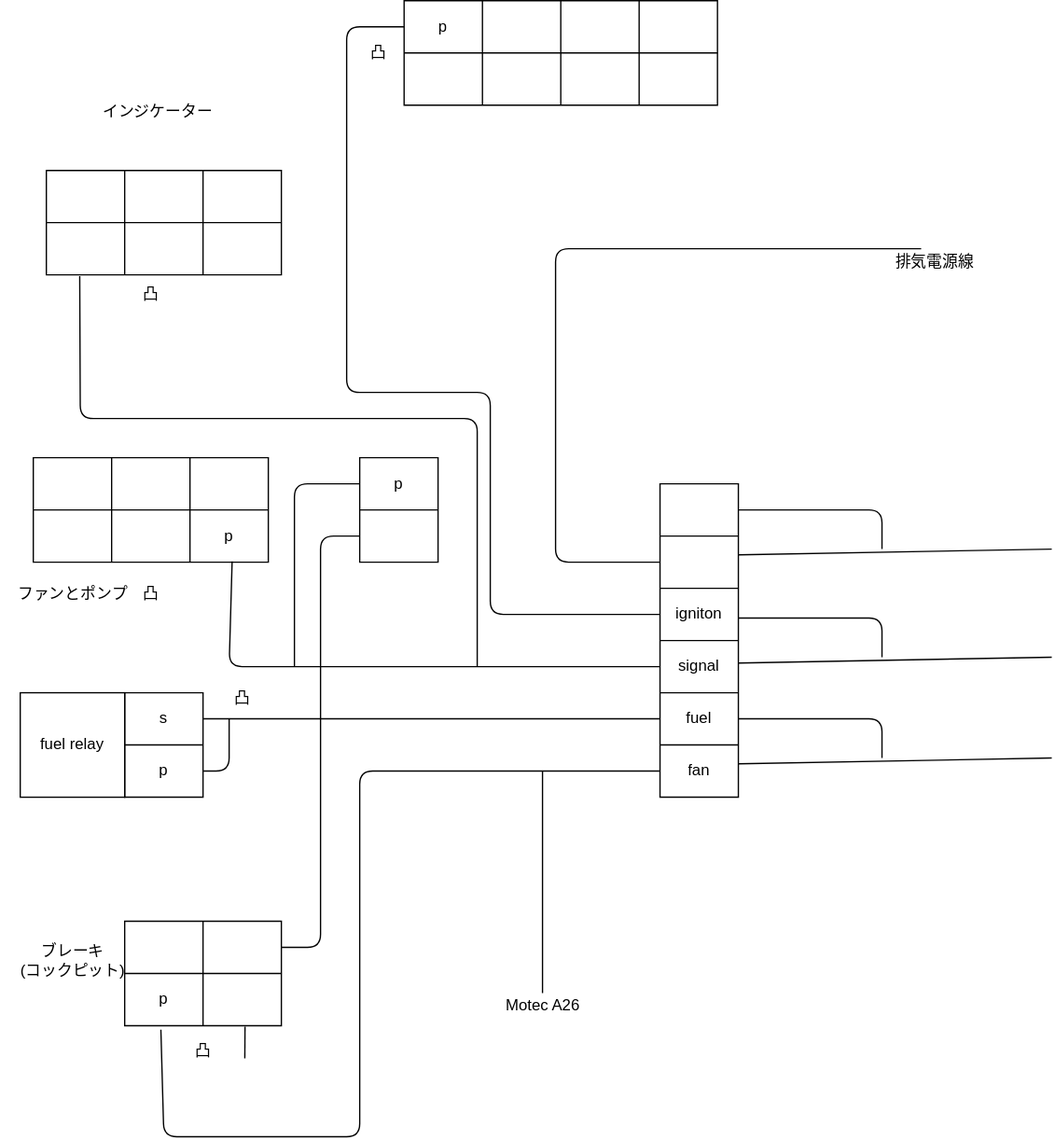
Before: pinCheck/mainWireHarness/fuseBox.drawio.svg, a diagram exported from draw.io (nextfp/WiringDiagram). Source tidied: cells renumbered, new cells last; positions are measured from the earlier drawing's top-left corner, leaving out a move shared by most shapes.
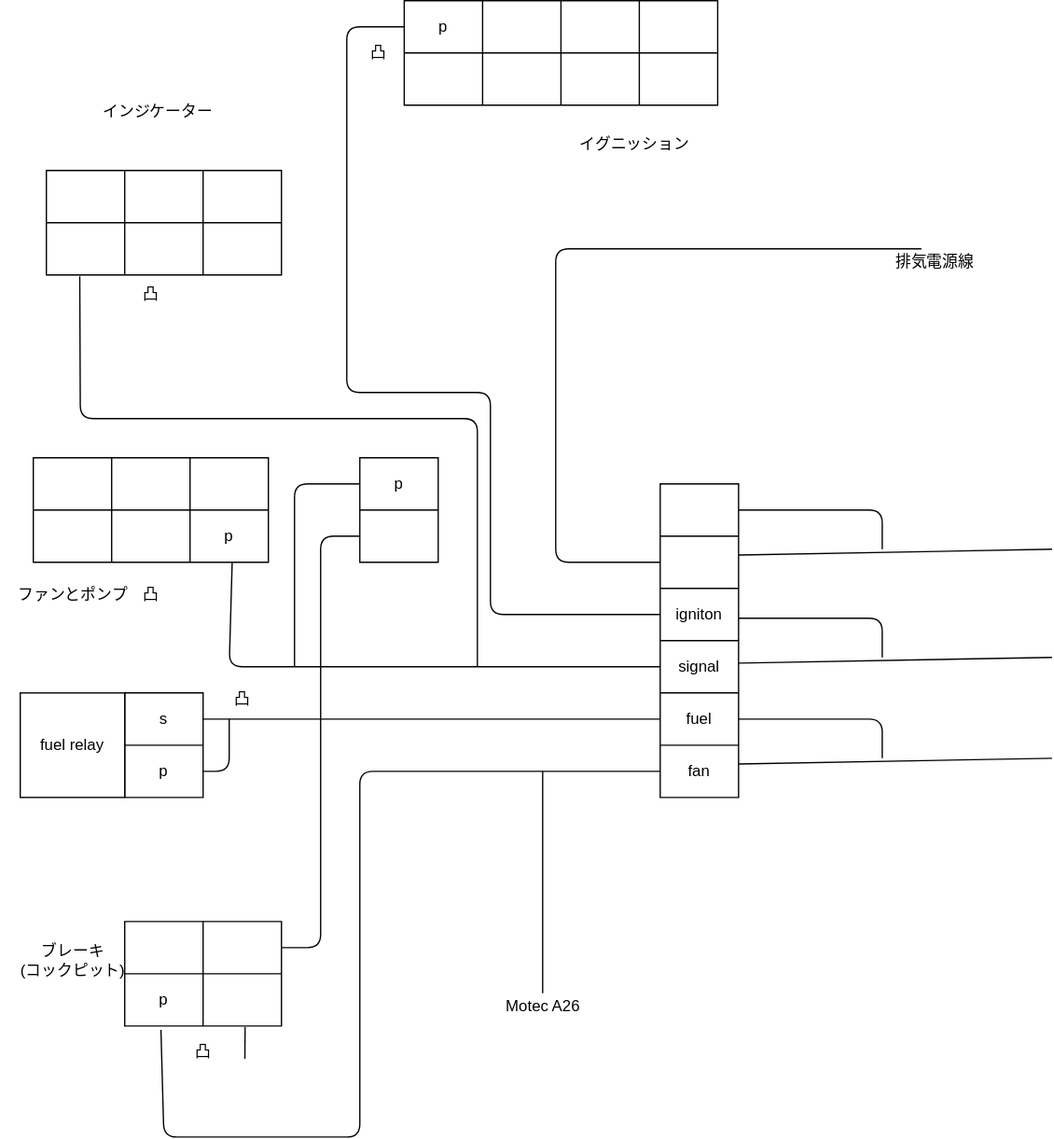
After the commit.

Commit message:
fix: 間違っていた箇所を修正

What changed in the source:
```diff
@@ -338,5 +338,8 @@
     <mxCell id="88" value="凸" style="text;html=1;align=center;verticalAlign=middle;strokeColor=none;fillColor=none;" parent="1" vertex="1">
       <mxGeometry x="165" y="520" width="40" height="30" as="geometry" />
     </mxCell>
+    <mxCell id="89" value="イグニッション" style="text;html=1;align=center;verticalAlign=middle;strokeColor=none;fillColor=none;" parent="1" vertex="1">
+      <mxGeometry x="430" y="95" width="110" height="30" as="geometry" />
+    </mxCell>
   </root>
 </mxGraphModel>
```
